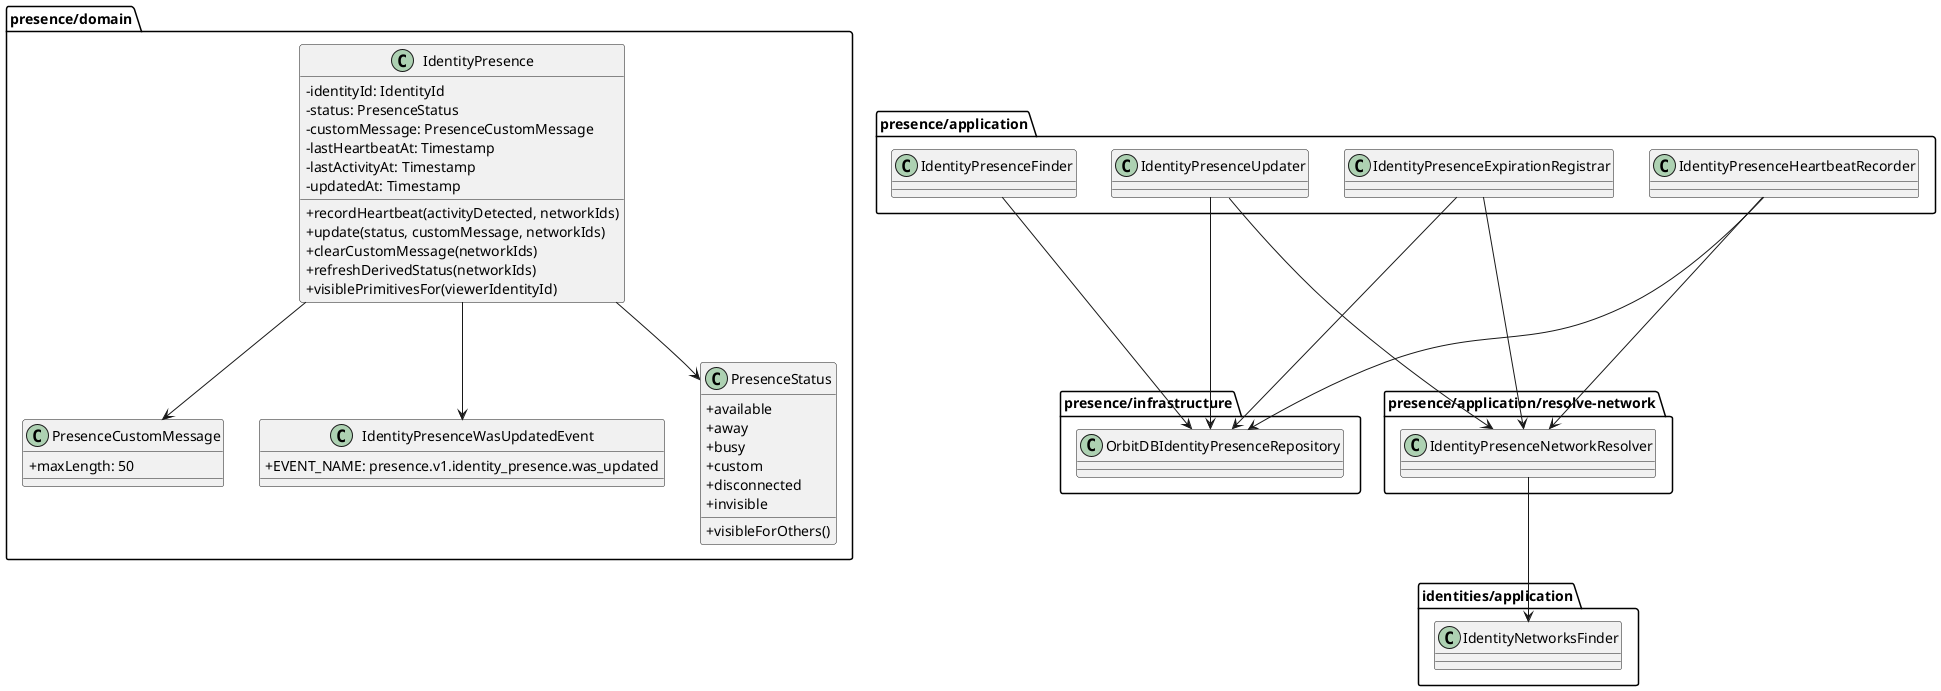
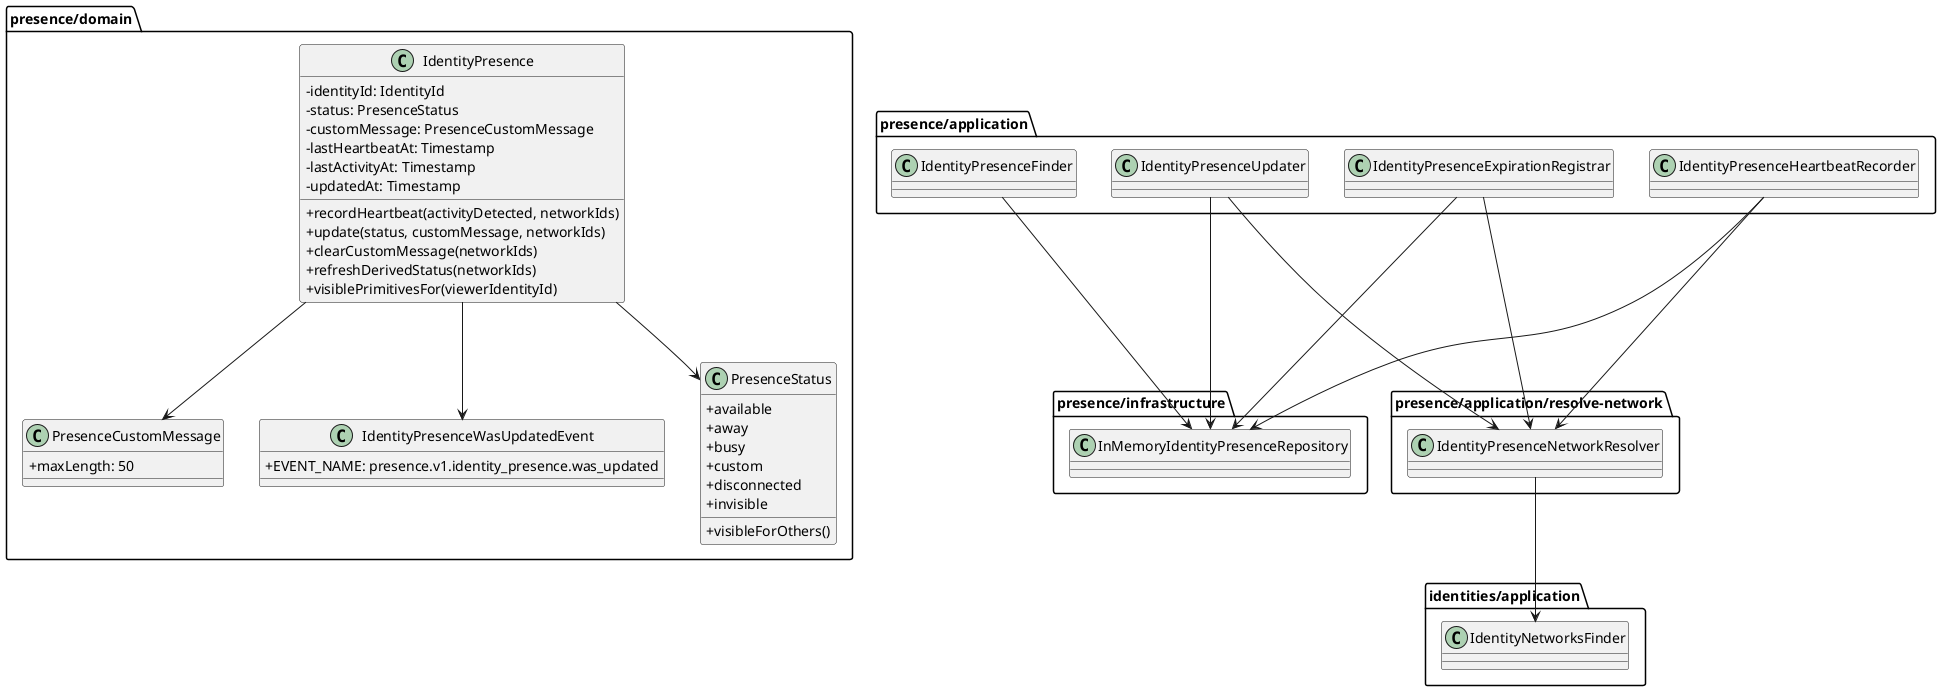
@startuml PresenceClasses

skinparam classAttributeIconSize 0

package "presence/domain" {
  class IdentityPresence {
    - identityId: IdentityId
    - status: PresenceStatus
    - customMessage: PresenceCustomMessage
    - lastHeartbeatAt: Timestamp
    - lastActivityAt: Timestamp
    - updatedAt: Timestamp
    + recordHeartbeat(activityDetected, networkIds)
    + update(status, customMessage, networkIds)
    + clearCustomMessage(networkIds)
    + refreshDerivedStatus(networkIds)
    + visiblePrimitivesFor(viewerIdentityId)
  }

  class PresenceStatus {
    + available
    + away
    + busy
    + custom
    + disconnected
    + invisible
    + visibleForOthers()
  }

  class PresenceCustomMessage {
    + maxLength: 50
  }

  class IdentityPresenceWasUpdatedEvent {
    + EVENT_NAME: presence.v1.identity_presence.was_updated
  }
}

package "presence/application" {
  class IdentityPresenceFinder
  class IdentityPresenceUpdater
  class IdentityPresenceHeartbeatRecorder
  class IdentityPresenceExpirationRegistrar
}

package "presence/application/resolve-network" {
  class IdentityPresenceNetworkResolver
}

package "identities/application" {
  class IdentityNetworksFinder
}

package "presence/infrastructure" {
-   class OrbitDBIdentityPresenceRepository
+   class InMemoryIdentityPresenceRepository
}

IdentityPresence --> PresenceStatus
IdentityPresence --> PresenceCustomMessage
IdentityPresence --> IdentityPresenceWasUpdatedEvent
- IdentityPresenceFinder --> OrbitDBIdentityPresenceRepository
- IdentityPresenceUpdater --> OrbitDBIdentityPresenceRepository
+ IdentityPresenceFinder --> InMemoryIdentityPresenceRepository
+ IdentityPresenceUpdater --> InMemoryIdentityPresenceRepository
IdentityPresenceUpdater --> IdentityPresenceNetworkResolver
- IdentityPresenceHeartbeatRecorder --> OrbitDBIdentityPresenceRepository
+ IdentityPresenceHeartbeatRecorder --> InMemoryIdentityPresenceRepository
IdentityPresenceHeartbeatRecorder --> IdentityPresenceNetworkResolver
- IdentityPresenceExpirationRegistrar --> OrbitDBIdentityPresenceRepository
+ IdentityPresenceExpirationRegistrar --> InMemoryIdentityPresenceRepository
IdentityPresenceExpirationRegistrar --> IdentityPresenceNetworkResolver
IdentityPresenceNetworkResolver --> IdentityNetworksFinder

@enduml
